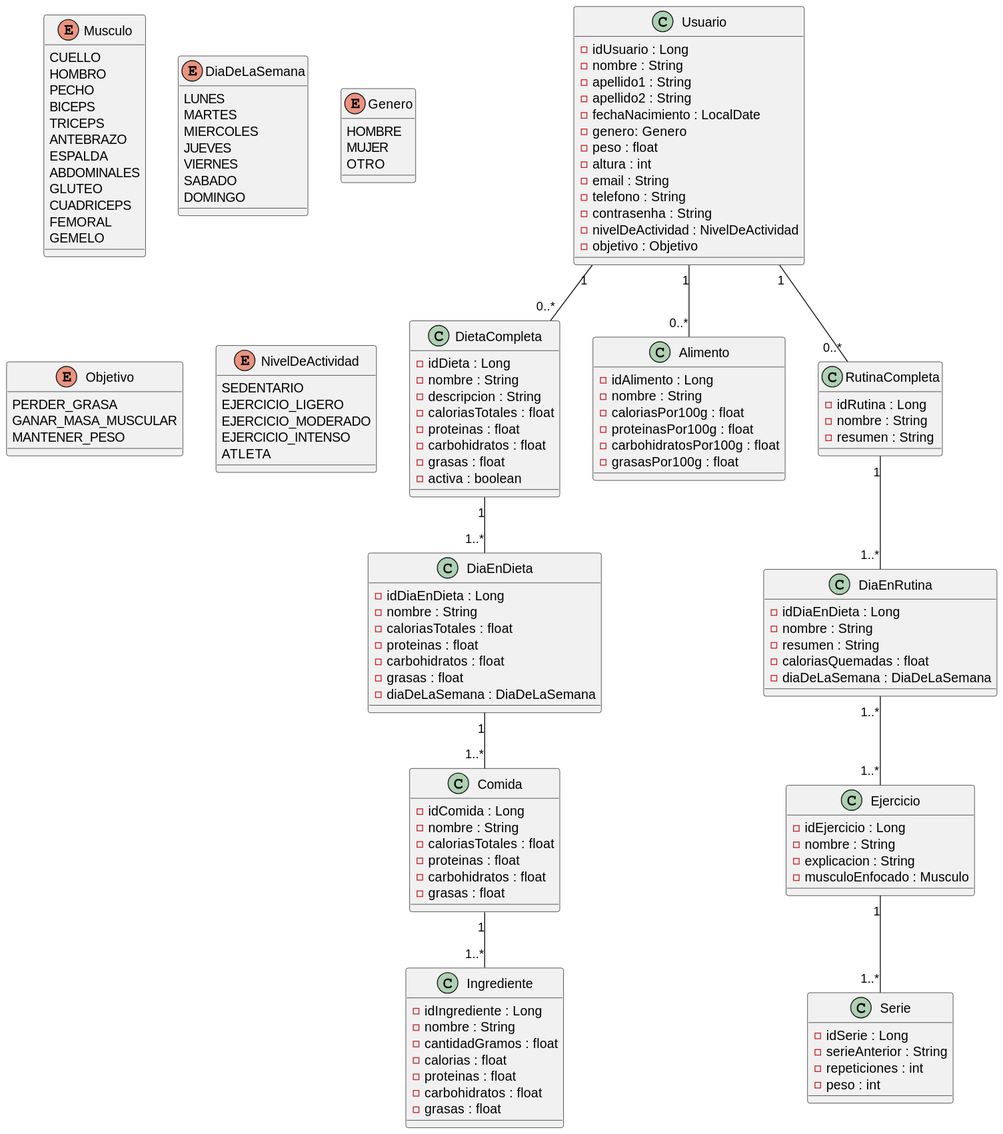
The PlantUML diagram Diagramas/DiagramaDeClases.svg in AlejandroAranaGomez/TFG, before a commit.
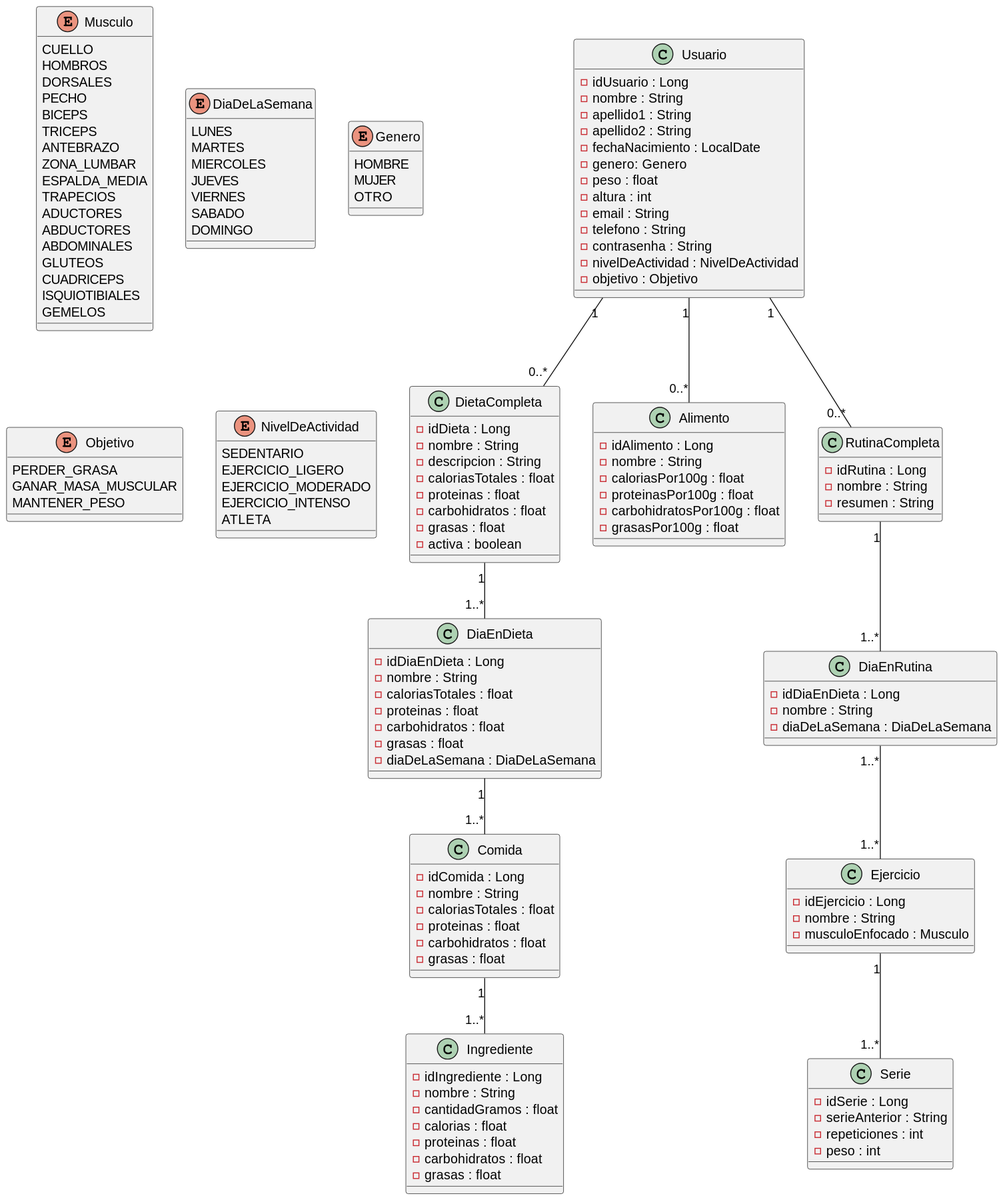
Later version of the same file.

Change to the diagram source:
```diff
@@ -2,17 +2,22 @@
 
 enum Musculo  {
 CUELLO
-HOMBRO
+HOMBROS
+DORSALES
 PECHO
 BICEPS
 TRICEPS
 ANTEBRAZO
-ESPALDA
+ZONA_LUMBAR
+ESPALDA_MEDIA
+TRAPECIOS
+ADUCTORES
+ABDUCTORES
 ABDOMINALES
-GLUTEO
+GLUTEOS
 CUADRICEPS
-FEMORAL
-GEMELO
+ISQUIOTIBIALES
+GEMELOS
 }
 
 enum DiaDeLaSemana  {
@@ -121,15 +126,12 @@
 class DiaEnRutina {
 - idDiaEnDieta : Long
 - nombre : String
-- resumen : String
-- caloriasQuemadas : float
 - diaDeLaSemana : DiaDeLaSemana
 }
 
 class Ejercicio {
 - idEjercicio : Long
 - nombre : String
-- explicacion : String
 - musculoEnfocado : Musculo
 }
 
```
